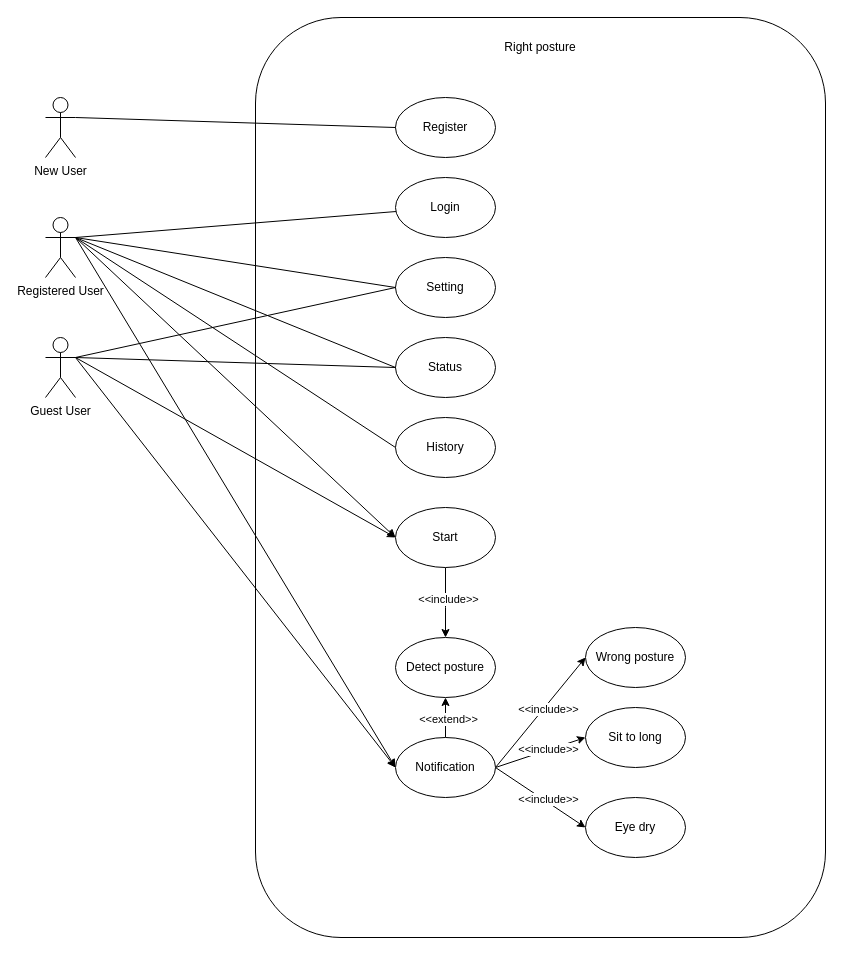
Earlier version of the draw.io diagram Usecase.drawio (astrrr/Right-posture). Source tidied: cells renumbered, new cells numbered last; positions are measured from the earlier drawing's top-left corner, leaving out a move shared by most shapes. Both pictures are drawn from the tidied source at 100%, with x=0, y=0 at pixel (45, 17).
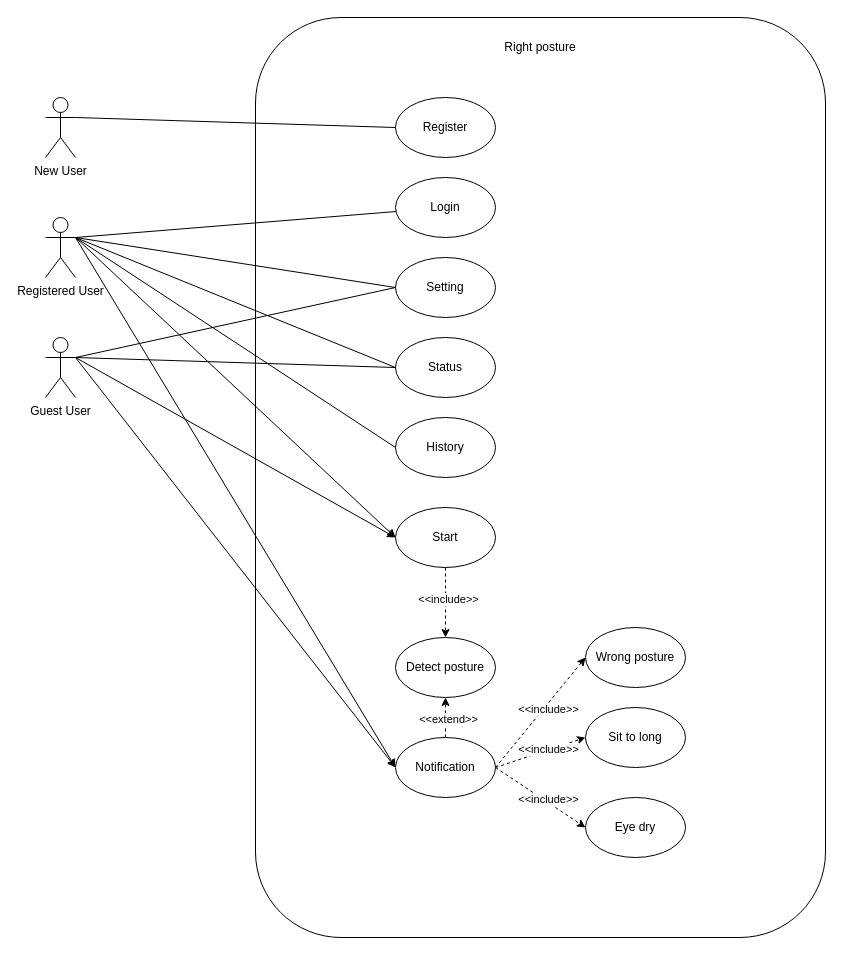
After the change.

Commit message:
Fix arrow line.

The change refers to these unchanged cells:
```xml
<mxCell id="24" value="Start" style="ellipse;whiteSpace=wrap;html=1;" parent="1" vertex="1">
  <mxGeometry x="350" y="490" width="100" height="60" as="geometry" />
</mxCell>
<mxCell id="29" value="Notification" style="ellipse;whiteSpace=wrap;html=1;" parent="1" vertex="1">
  <mxGeometry x="350" y="720" width="100" height="60" as="geometry" />
</mxCell>
<mxCell id="30" value="Wrong posture" style="ellipse;whiteSpace=wrap;html=1;" parent="1" vertex="1">
  <mxGeometry x="540" y="610" width="100" height="60" as="geometry" />
</mxCell>
<mxCell id="31" value="Sit to long" style="ellipse;whiteSpace=wrap;html=1;" parent="1" vertex="1">
  <mxGeometry x="540" y="690" width="100" height="60" as="geometry" />
</mxCell>
<mxCell id="32" value="Detect posture" style="ellipse;whiteSpace=wrap;html=1;" parent="1" vertex="1">
  <mxGeometry x="350" y="620" width="100" height="60" as="geometry" />
</mxCell>
<mxCell id="33" value="Eye dry" style="ellipse;whiteSpace=wrap;html=1;" parent="1" vertex="1">
  <mxGeometry x="540" y="780" width="100" height="60" as="geometry" />
</mxCell>
```

Diff of the diagram source:
```diff
@@
-    <mxCell id="23" style="edgeStyle=none;rounded=0;jettySize=auto;html=1;endArrow=classic;endFill=1;" parent="1" edge="1" source="24" target="32">
+    <mxCell id="23" style="edgeStyle=none;rounded=0;jettySize=auto;html=1;endArrow=classic;endFill=1;dashed=1;" parent="1" edge="1" source="24" target="32">
       <mxGeometry relative="1" as="geometry">
         <Array as="points">
           <mxPoint x="400" y="590" />
         </Array>
       </mxGeometry>
     </mxCell>
@@
-    <mxCell id="25" style="edgeStyle=none;rounded=0;jettySize=auto;html=1;exitX=1;exitY=0.5;exitDx=0;exitDy=0;entryX=0;entryY=0.5;entryDx=0;entryDy=0;endArrow=classic;endFill=1;" parent="1" edge="1" source="29" target="33">
+    <mxCell id="25" style="edgeStyle=none;rounded=0;jettySize=auto;html=1;exitX=1;exitY=0.5;exitDx=0;exitDy=0;entryX=0;entryY=0.5;entryDx=0;entryDy=0;endArrow=classic;endFill=1;dashed=1;" parent="1" edge="1" source="29" target="33">
       <mxGeometry relative="1" as="geometry" />
     </mxCell>
-    <mxCell id="26" style="edgeStyle=none;rounded=0;jettySize=auto;html=1;exitX=1;exitY=0.5;exitDx=0;exitDy=0;entryX=0;entryY=0.5;entryDx=0;entryDy=0;endArrow=classic;endFill=1;" parent="1" edge="1" source="29" target="31">
+    <mxCell id="26" style="edgeStyle=none;rounded=0;jettySize=auto;html=1;exitX=1;exitY=0.5;exitDx=0;exitDy=0;entryX=0;entryY=0.5;entryDx=0;entryDy=0;endArrow=classic;endFill=1;dashed=1;" parent="1" edge="1" source="29" target="31">
       <mxGeometry relative="1" as="geometry" />
     </mxCell>
-    <mxCell id="27" style="edgeStyle=none;rounded=0;jettySize=auto;html=1;exitX=1;exitY=0.5;exitDx=0;exitDy=0;entryX=0;entryY=0.5;entryDx=0;entryDy=0;endArrow=classic;endFill=1;" parent="1" edge="1" source="29" target="30">
+    <mxCell id="27" style="edgeStyle=none;rounded=0;jettySize=auto;html=1;exitX=1;exitY=0.5;exitDx=0;exitDy=0;entryX=0;entryY=0.5;entryDx=0;entryDy=0;endArrow=classic;endFill=1;dashed=1;" parent="1" edge="1" source="29" target="30">
       <mxGeometry relative="1" as="geometry" />
     </mxCell>
-    <mxCell id="28" style="edgeStyle=none;rounded=0;jettySize=auto;html=1;exitX=0.5;exitY=0;exitDx=0;exitDy=0;endArrow=classic;endFill=1;" parent="1" edge="1" source="29" target="32">
+    <mxCell id="28" style="edgeStyle=none;rounded=0;jettySize=auto;html=1;exitX=0.5;exitY=0;exitDx=0;exitDy=0;endArrow=classic;endFill=1;dashed=1;" parent="1" edge="1" source="29" target="32">
       <mxGeometry relative="1" as="geometry" />
     </mxCell>
```
